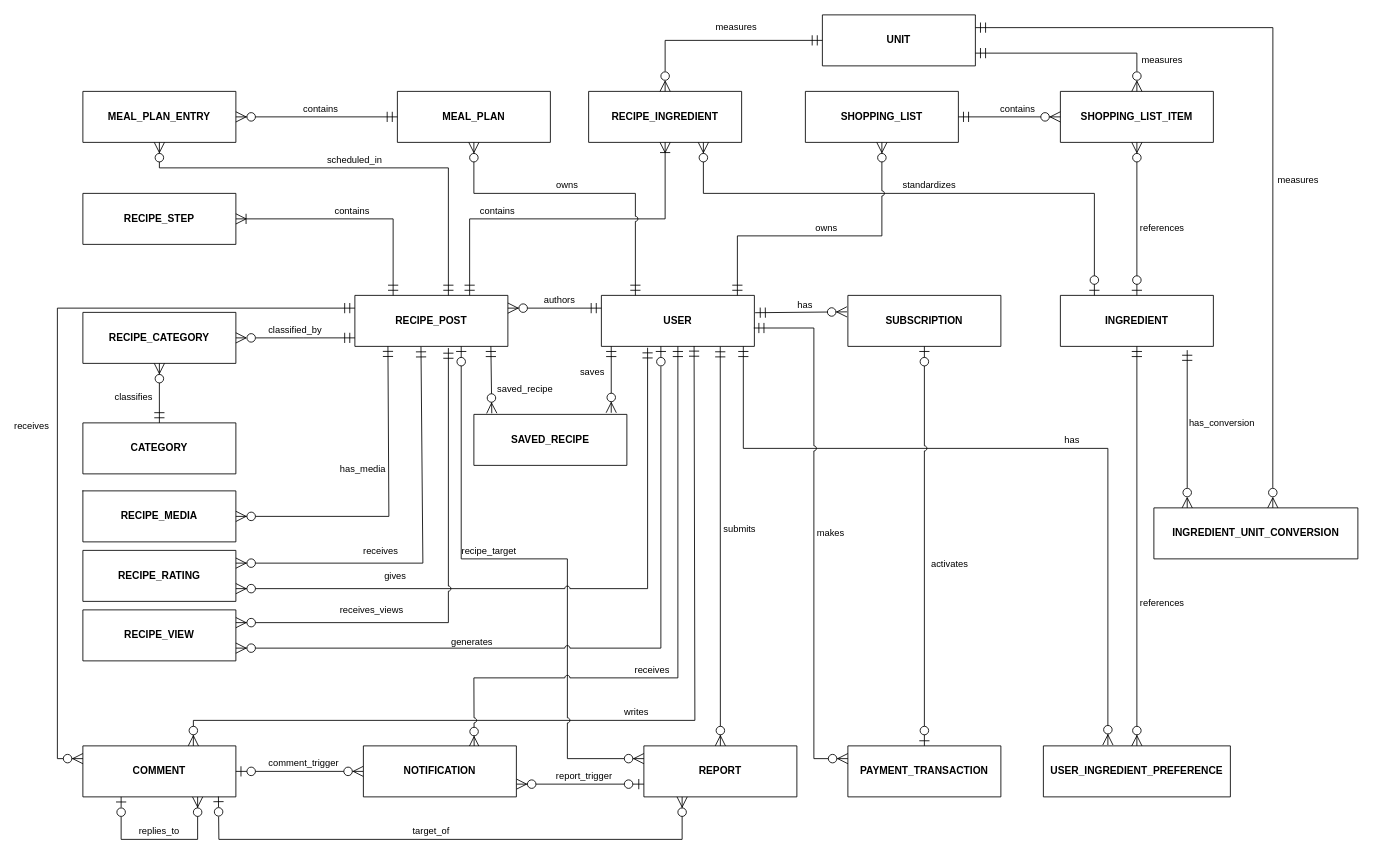
NgaiLong49423/vegetarian-support-system keeps this draw.io diagram as docs/diagrams/ERD/conceptual-erd-v1.0.0.drawio. Above is the earlier version. Source tidied: cells renumbered, new cells numbered last; positions are measured from the earlier drawing's top-left corner, leaving out a move shared by most shapes. Both pictures are drawn from the tidied source at 85%, with x=0, y=0 at pixel (57, 14).
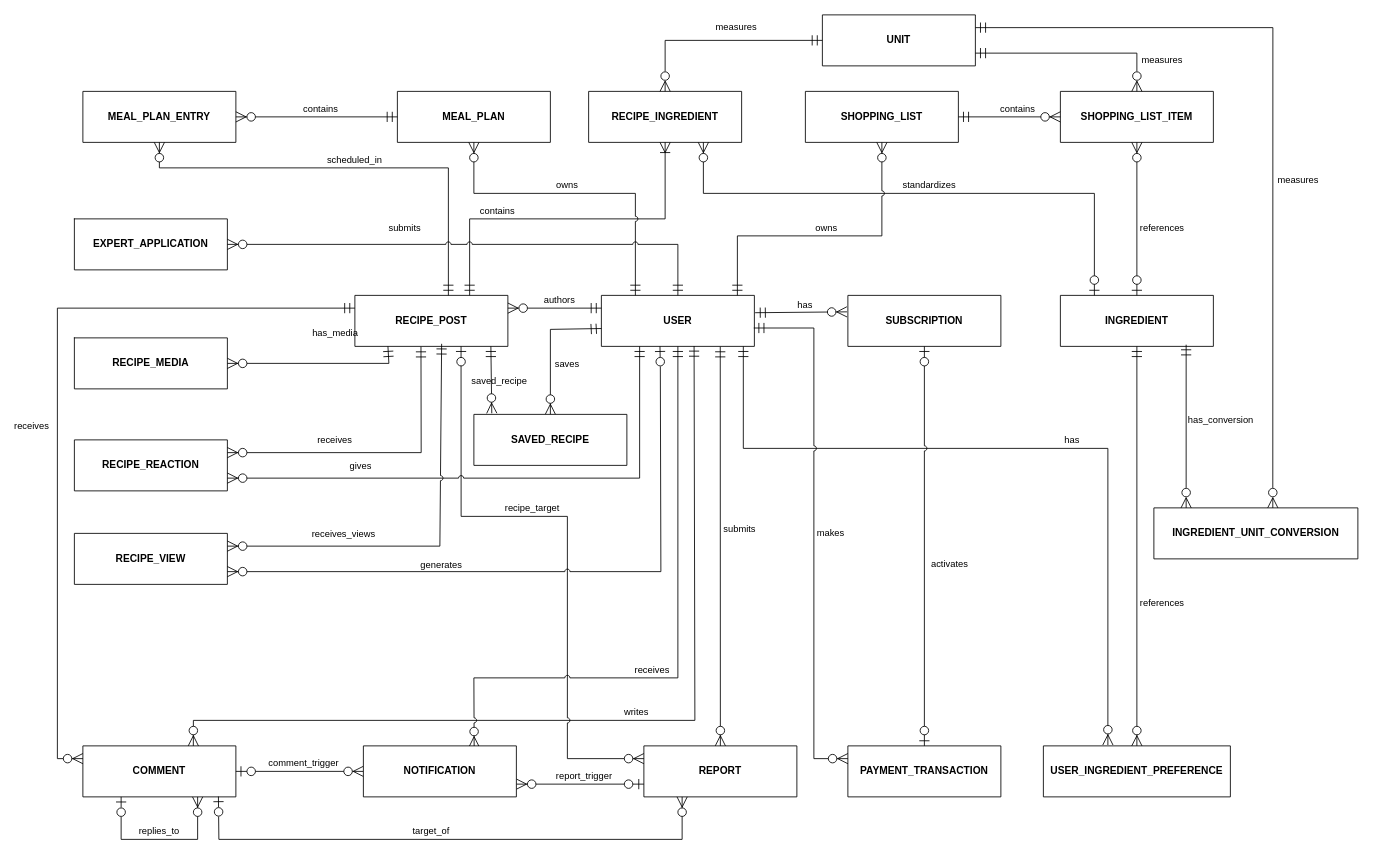
After the change.

Unchanged cells that the change refers to:
```xml
<mxCell id="2" value="USER" style="shape=table;startSize=60;whiteSpace=wrap;childLayout=tableLayout;rowLines=1;fontStyle=1;align=center;labelBackgroundColor=none;" parent="1" vertex="1">
  <mxGeometry x="640" y="330" width="180" height="60" as="geometry" />
</mxCell>
<mxCell id="4" value="INGREDIENT" style="shape=table;startSize=60;whiteSpace=wrap;childLayout=tableLayout;rowLines=1;fontStyle=1;align=center;labelBackgroundColor=none;" parent="1" vertex="1">
  <mxGeometry x="1180" y="330" width="180" height="60" as="geometry" />
</mxCell>
<mxCell id="5" value="RECIPE_POST" style="shape=table;startSize=60;whiteSpace=wrap;childLayout=tableLayout;rowLines=1;fontStyle=1;align=center;labelBackgroundColor=none;" parent="1" vertex="1">
  <mxGeometry x="350" y="330" width="180" height="60" as="geometry" />
</mxCell>
<mxCell id="10" value="REPORT" style="shape=table;startSize=60;whiteSpace=wrap;childLayout=tableLayout;rowLines=1;fontStyle=1;align=center;labelBackgroundColor=none;" parent="1" vertex="1">
  <mxGeometry x="690" y="860" width="180" height="60" as="geometry" />
</mxCell>
<mxCell id="45" value="SAVED_RECIPE" style="shape=table;startSize=60;whiteSpace=wrap;childLayout=tableLayout;rowLines=1;fontStyle=1;align=center;labelBackgroundColor=none;" parent="1" vertex="1">
  <mxGeometry x="490" y="470" width="180" height="60" as="geometry" />
</mxCell>
<mxCell id="59" value="INGREDIENT_UNIT_CONVERSION" style="shape=table;startSize=60;whiteSpace=wrap;childLayout=tableLayout;rowLines=1;fontStyle=1;align=center;labelBackgroundColor=none;" parent="1" vertex="1">
  <mxGeometry x="1290" y="580" width="240" height="60" as="geometry" />
</mxCell>
```

Diff of the diagram source:
```diff
@@
-    <mxCell id="7" value="RECIPE_CATEGORY" style="shape=table;startSize=60;whiteSpace=wrap;childLayout=tableLayout;rowLines=1;fontStyle=1;align=center;labelBackgroundColor=none;" parent="1" vertex="1">
-      <mxGeometry x="30" y="350" width="180" height="60" as="geometry" />
-    </mxCell>
-    <mxCell id="8" value="CATEGORY" style="shape=table;startSize=60;whiteSpace=wrap;childLayout=tableLayout;rowLines=1;fontStyle=1;align=center;labelBackgroundColor=none;" parent="1" vertex="1">
-      <mxGeometry x="30" y="480" width="180" height="60" as="geometry" />
-    </mxCell>
@@
-    <mxCell id="22" value="classified_by" style="startArrow=ERmandOne;startSize=10;endArrow=ERzeroToMany;endSize=10;rounded=0;noEdgeStyle=1;orthogonal=1;labelBackgroundColor=none;fontColor=default;endFill=0;startFill=0;" parent="1" edge="1" source="5" target="7">
-      <mxGeometry y="-10" relative="1" as="geometry">
-        <Array as="points">
-          <mxPoint x="290" y="380" />
-        </Array>
-      </mxGeometry>
-    </mxCell>
-    <mxCell id="23" value="classifies" style="startArrow=ERmandOne;startSize=10;endArrow=ERzeroToMany;endSize=10;rounded=0;noEdgeStyle=1;labelBackgroundColor=none;fontColor=default;" parent="1" edge="1" source="8" target="7">
-      <mxGeometry x="-0.11" y="30" relative="1" as="geometry" />
-    </mxCell>
-    <mxCell id="24" value="saves" style="startArrow=ERmandOne;startSize=10;endArrow=ERzeroToMany;endSize=10;rounded=0;jumpStyle=arc;labelBackgroundColor=none;fontColor=default;" parent="1" edge="1">
-      <mxGeometry x="-0.23" y="-22" relative="1" as="geometry">
-        <mxPoint x="651.6" y="390" as="sourcePoint" />
-        <mxPoint x="651.6" y="468.1" as="targetPoint" />
+    <mxCell id="24" value="saves" style="startArrow=ERmandOne;startSize=10;endArrow=ERzeroToMany;endSize=10;rounded=0;jumpStyle=arc;labelBackgroundColor=none;fontColor=default;exitX=0;exitY=0.65;exitDx=0;exitDy=0;entryX=0.5;entryY=0;entryDx=0;entryDy=0;exitPerimeter=0;" parent="1" edge="1" source="2" target="45">
+      <mxGeometry x="0.25" y="20" relative="1" as="geometry">
+        <Array as="points">
+          <mxPoint x="620" y="370" />
+          <mxPoint x="580" y="370" />
+        </Array>
       </mxGeometry>
     </mxCell>
     <mxCell id="25" value="saved_recipe" style="startArrow=ERmandOne;startSize=10;endArrow=ERzeroToMany;endSize=10;rounded=0;orthogonal=1;jumpStyle=arc;labelBackgroundColor=none;fontColor=default;entryX=0.117;entryY=-0.021;entryDx=0;entryDy=0;entryPerimeter=0;" parent="1" edge="1" source="5" target="45">
-      <mxGeometry x="0.29" y="40" relative="1" as="geometry">
+      <mxGeometry x="0.02" y="10" relative="1" as="geometry">
         <Array as="points">
           <mxPoint x="510" y="420" />
         </Array>
-        <mxPoint y="-1" as="offset" />
       </mxGeometry>
     </mxCell>
@@
-    <mxCell id="29" value="recipe_target" style="startArrow=ERzeroToOne;startSize=10;endArrow=ERzeroToMany;endSize=10;rounded=0;orthogonal=1;jumpStyle=arc;labelBackgroundColor=none;fontColor=default;entryX=0;entryY=0.25;entryDx=0;entryDy=0;" parent="1" edge="1" target="10">
+    <mxCell id="29" value="recipe_target" style="startArrow=ERzeroToOne;startSize=10;endArrow=ERzeroToMany;endSize=10;rounded=0;orthogonal=1;jumpStyle=arc;labelBackgroundColor=none;fontColor=default;entryX=0;entryY=0.25;entryDx=0;entryDy=0;exitX=0.694;exitY=1;exitDx=0;exitDy=0;exitPerimeter=0;" parent="1" edge="1" source="5" target="10">
       <mxGeometry x="-0.19" y="10" relative="1" as="geometry">
-        <mxPoint x="475.1" y="390" as="sourcePoint" />
         <Array as="points">
-          <mxPoint x="475.1" y="640" />
-          <mxPoint x="600" y="640" />
+          <mxPoint x="475" y="590" />
+          <mxPoint x="600" y="590" />
           <mxPoint x="600" y="875" />
         </Array>
       </mxGeometry>
     </mxCell>
@@
-    <mxCell id="46" value="RECIPE_STEP" style="shape=table;startSize=60;whiteSpace=wrap;childLayout=tableLayout;rowLines=1;fontStyle=1;align=center;labelBackgroundColor=none;" parent="1" vertex="1">
-      <mxGeometry x="30" y="210" width="180" height="60" as="geometry" />
-    </mxCell>
-    <mxCell id="47" value="contains" style="startArrow=ERmandOne;startSize=10;endArrow=ERoneToMany;endSize=10;rounded=0;noEdgeStyle=1;orthogonal=1;labelBackgroundColor=none;fontColor=default;endFill=0;startFill=0;entryX=1;entryY=0.5;entryDx=0;entryDy=0;exitX=0.25;exitY=0;exitDx=0;exitDy=0;" parent="1" edge="1" source="5" target="46">
-      <mxGeometry y="-10" relative="1" as="geometry">
-        <Array as="points">
-          <mxPoint x="395" y="240" />
-        </Array>
-      </mxGeometry>
-    </mxCell>
     <mxCell id="48" value="RECIPE_MEDIA" style="shape=table;startSize=0;whiteSpace=wrap;childLayout=tableLayout;rowLines=1;fontStyle=1;align=center;labelBackgroundColor=none;" parent="1" vertex="1">
-      <mxGeometry x="30" y="560" width="180" height="60" as="geometry" />
+      <mxGeometry x="20" y="380" width="180" height="60" as="geometry" />
     </mxCell>
     <mxCell id="49" value="&#10;has_media&#10;&#10;" style="startArrow=ERmandOne;startSize=10;endArrow=ERzeroToMany;endSize=10;rounded=0;jumpStyle=arc;labelBackgroundColor=none;fontColor=default;entryX=1;entryY=0.5;entryDx=0;entryDy=0;exitX=0.216;exitY=0.998;exitDx=0;exitDy=0;exitPerimeter=0;" parent="1" edge="1" source="5" target="48">
       <mxGeometry x="-0.21" y="-30" relative="1" as="geometry">
         <Array as="points">
-          <mxPoint x="390" y="590" />
+          <mxPoint x="390" y="410" />
         </Array>
       </mxGeometry>
     </mxCell>
-    <mxCell id="50" value="RECIPE_RATING" style="shape=table;startSize=60;whiteSpace=wrap;childLayout=tableLayout;rowLines=1;fontStyle=1;align=center;labelBackgroundColor=none;" parent="1" vertex="1">
-      <mxGeometry x="30" y="630" width="180" height="60" as="geometry" />
+    <mxCell id="50" value="RECIPE_REACTION" style="shape=table;startSize=60;whiteSpace=wrap;childLayout=tableLayout;rowLines=1;fontStyle=1;align=center;labelBackgroundColor=none;" parent="1" vertex="1">
+      <mxGeometry x="20" y="500" width="180" height="60" as="geometry" />
     </mxCell>
-    <mxCell id="51" value="gives" style="startArrow=ERmandOne;startSize=10;endArrow=ERzeroToMany;endSize=10;rounded=0;jumpStyle=arc;labelBackgroundColor=none;fontColor=default;entryX=1;entryY=0.75;entryDx=0;entryDy=0;exitX=0.302;exitY=1.027;exitDx=0;exitDy=0;exitPerimeter=0;" parent="1" edge="1" source="2" target="50">
+    <mxCell id="51" value="gives" style="startArrow=ERmandOne;startSize=10;endArrow=ERzeroToMany;endSize=10;rounded=0;jumpStyle=arc;labelBackgroundColor=none;fontColor=default;entryX=1;entryY=0.75;entryDx=0;entryDy=0;exitX=0.25;exitY=1;exitDx=0;exitDy=0;" parent="1" edge="1" source="2" target="50">
       <mxGeometry x="0.51" y="-15" relative="1" as="geometry">
         <Array as="points">
-          <mxPoint x="694.4" y="675" />
+          <mxPoint x="685" y="545" />
         </Array>
       </mxGeometry>
     </mxCell>
     <mxCell id="52" value="receives" style="startArrow=ERmandOne;startSize=10;endArrow=ERzeroToMany;endSize=10;rounded=0;orthogonal=1;labelBackgroundColor=none;fontColor=default;entryX=1;entryY=0.25;entryDx=0;entryDy=0;exitX=0.432;exitY=1.007;exitDx=0;exitDy=0;jumpStyle=arc;exitPerimeter=0;" parent="1" edge="1" source="5" target="50">
       <mxGeometry x="0.28" y="-15" relative="1" as="geometry">
         <Array as="points">
-          <mxPoint x="430" y="645" />
+          <mxPoint x="428" y="515" />
         </Array>
       </mxGeometry>
     </mxCell>
     <mxCell id="53" value="RECIPE_VIEW" style="shape=table;startSize=60;whiteSpace=wrap;childLayout=tableLayout;rowLines=1;fontStyle=1;align=center;labelBackgroundColor=none;" parent="1" vertex="1">
-      <mxGeometry x="30" y="700" width="180" height="60" as="geometry" />
+      <mxGeometry x="20" y="610" width="180" height="60" as="geometry" />
     </mxCell>
-    <mxCell id="54" value="generates" style="startArrow=ERzeroToOne;startSize=10;endArrow=ERzeroToMany;endSize=10;rounded=0;jumpStyle=arc;labelBackgroundColor=none;fontColor=default;entryX=1;entryY=0.75;entryDx=0;entryDy=0;startFill=0;" parent="1" edge="1" target="53">
+    <mxCell id="54" value="generates" style="startArrow=ERzeroToOne;startSize=10;endArrow=ERzeroToMany;endSize=10;rounded=0;jumpStyle=arc;labelBackgroundColor=none;fontColor=default;entryX=1;entryY=0.75;entryDx=0;entryDy=0;startFill=0;exitX=0.383;exitY=1;exitDx=0;exitDy=0;exitPerimeter=0;" parent="1" edge="1" source="2" target="53">
       <mxGeometry x="0.35" y="-8" relative="1" as="geometry">
-        <mxPoint x="710" y="390" as="sourcePoint" />
         <Array as="points">
           <mxPoint x="710" y="450" />
-          <mxPoint x="710" y="745" />
+          <mxPoint x="710" y="655" />
         </Array>
       </mxGeometry>
     </mxCell>
-    <mxCell id="55" value="receives_views" style="startArrow=ERmandOne;startSize=10;endArrow=ERzeroToMany;endSize=10;rounded=0;jumpStyle=arc;labelBackgroundColor=none;fontColor=default;entryX=1;entryY=0.25;entryDx=0;entryDy=0;" parent="1" edge="1" target="53">
+    <mxCell id="55" value="receives_views" style="startArrow=ERmandOne;startSize=10;endArrow=ERzeroToMany;endSize=10;rounded=0;jumpStyle=arc;labelBackgroundColor=none;fontColor=default;entryX=1;entryY=0.25;entryDx=0;entryDy=0;exitX=0.567;exitY=0.95;exitDx=0;exitDy=0;exitPerimeter=0;" parent="1" edge="1" source="5" target="53">
       <mxGeometry x="0.44" y="-15" relative="1" as="geometry">
-        <mxPoint x="460" y="392" as="sourcePoint" />
         <Array as="points">
-          <mxPoint x="460" y="715" />
+          <mxPoint x="450" y="625" />
         </Array>
       </mxGeometry>
     </mxCell>
@@
-    <mxCell id="60" value="has_conversion" style="startArrow=ERzeroToMany;startSize=10;endArrow=ERmandOne;endSize=10;rounded=0;orthogonal=1;labelBackgroundColor=none;fontColor=default;jumpStyle=arc;entryX=0.829;entryY=1.074;entryDx=0;entryDy=0;endFill=0;startFill=0;entryPerimeter=0;" parent="1" edge="1" source="59" target="4">
+    <mxCell id="60" value="has_conversion" style="startArrow=ERzeroToMany;startSize=10;endArrow=ERmandOne;endSize=10;rounded=0;orthogonal=1;labelBackgroundColor=none;fontColor=default;jumpStyle=arc;entryX=0.822;entryY=0.967;entryDx=0;entryDy=0;endFill=0;startFill=0;entryPerimeter=0;" parent="1" edge="1" source="59" target="4">
       <mxGeometry x="0.08" y="-41" relative="1" as="geometry" />
     </mxCell>
@@
+    <mxCell id="62" value="EXPERT_APPLICATION" style="shape=table;startSize=0;whiteSpace=wrap;childLayout=tableLayout;rowLines=1;fontStyle=1;align=center;labelBackgroundColor=none;" parent="1" vertex="1">
+      <mxGeometry x="20" y="240" width="180" height="60" as="geometry" />
+    </mxCell>
+    <mxCell id="63" value=" submits " style="startArrow=ERmandOne;startSize=10;endArrow=ERzeroToMany;endSize=10;rounded=0;orthogonal=1;labelBackgroundColor=none;fontColor=default;entryX=1;entryY=0.5;entryDx=0;entryDy=0;exitX=0.5;exitY=0;exitDx=0;exitDy=0;jumpStyle=arc;edgeStyle=orthogonalEdgeStyle;" parent="1" edge="1" source="2" target="62">
+      <mxGeometry x="0.29" y="-20" relative="1" as="geometry" />
+    </mxCell>
```
